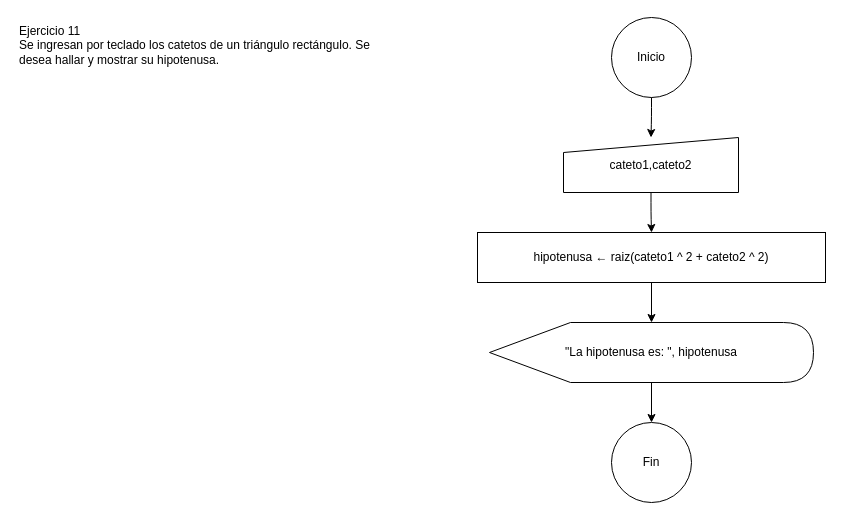
Above: DATOS Y ALGORITMOS/Practica/Diagramacion Logica/Parte 1/Ejercicio_11/diagrama.drawio in gonzalogiolitti/facultad-tcd (draw.io), before the change. Source tidied: cells renumbered, new cells numbered last; positions are measured from the earlier drawing's top-left corner, leaving out a move shared by most shapes. Both pictures are drawn from the tidied source at 100%, with x=0, y=0 at pixel (17, 17).
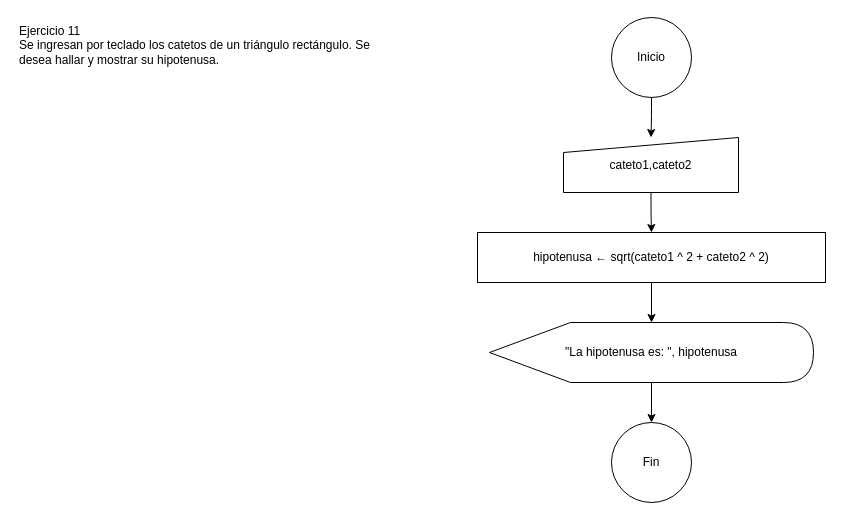
After the change.

Diff of the diagram source:
```diff
@@
 <mxGraphModel>
   <root>
     <mxCell id="0" />
     <mxCell id="1" parent="0" />
     <mxCell id="2" value="Ejercicio 11&lt;br&gt;Se ingresan por teclado los catetos de un triángulo rectángulo. Se desea hallar y mostrar su hipotenusa." style="text;html=1;strokeColor=none;fillColor=none;align=left;verticalAlign=top;whiteSpace=wrap;" parent="1" vertex="1">
       <mxGeometry width="380" height="78" as="geometry" />
     </mxCell>
     <mxCell id="3" value="Inicio" style="ellipse;whiteSpace=wrap;html=1;" parent="1" vertex="1">
       <mxGeometry x="594" width="80" height="80" as="geometry" />
     </mxCell>
     <mxCell id="4" value="cateto1,cateto2" style="shape=manualInput;whiteSpace=wrap;html=1;size=15;" parent="1" vertex="1">
       <mxGeometry x="546" y="120" width="175" height="55" as="geometry" />
     </mxCell>
-    <mxCell id="5" value="hipotenusa ← raiz(cateto1 ^ 2 + cateto2 ^ 2)" style="rounded=0;whiteSpace=wrap;html=1;" parent="1" vertex="1">
+    <mxCell id="5" value="hipotenusa ← sqrt(cateto1 ^ 2 + cateto2 ^ 2)" style="rounded=0;whiteSpace=wrap;html=1;" parent="1" vertex="1">
       <mxGeometry x="460" y="215" width="348" height="50" as="geometry" />
     </mxCell>
     <mxCell id="6" value="&quot;La hipotenusa es: &quot;, hipotenusa" style="shape=display;whiteSpace=wrap;html=1;" parent="1" vertex="1">
       <mxGeometry x="472" y="305" width="324" height="60" as="geometry" />
     </mxCell>
     <mxCell id="7" value="Fin" style="ellipse;whiteSpace=wrap;html=1;" parent="1" vertex="1">
       <mxGeometry x="594" y="405" width="80" height="80" as="geometry" />
     </mxCell>
     <mxCell id="8" style="edgeStyle=orthogonalEdgeStyle;html=1;exitX=0.5;exitY=1;entryX=0.5;entryY=0;" parent="1" edge="1" source="3" target="4">
       <mxGeometry relative="1" as="geometry" />
     </mxCell>
     <mxCell id="9" style="edgeStyle=orthogonalEdgeStyle;html=1;exitX=0.5;exitY=1;entryX=0.5;entryY=0;" parent="1" edge="1" source="4" target="5">
       <mxGeometry relative="1" as="geometry" />
     </mxCell>
     <mxCell id="10" style="edgeStyle=orthogonalEdgeStyle;html=1;exitX=0.5;exitY=1;entryX=0.5;entryY=0;" parent="1" edge="1" source="5" target="6">
       <mxGeometry relative="1" as="geometry" />
     </mxCell>
     <mxCell id="11" style="edgeStyle=orthogonalEdgeStyle;html=1;exitX=0.5;exitY=1;entryX=0.5;entryY=0;" parent="1" edge="1" source="6" target="7">
       <mxGeometry relative="1" as="geometry" />
     </mxCell>
   </root>
 </mxGraphModel>
```
